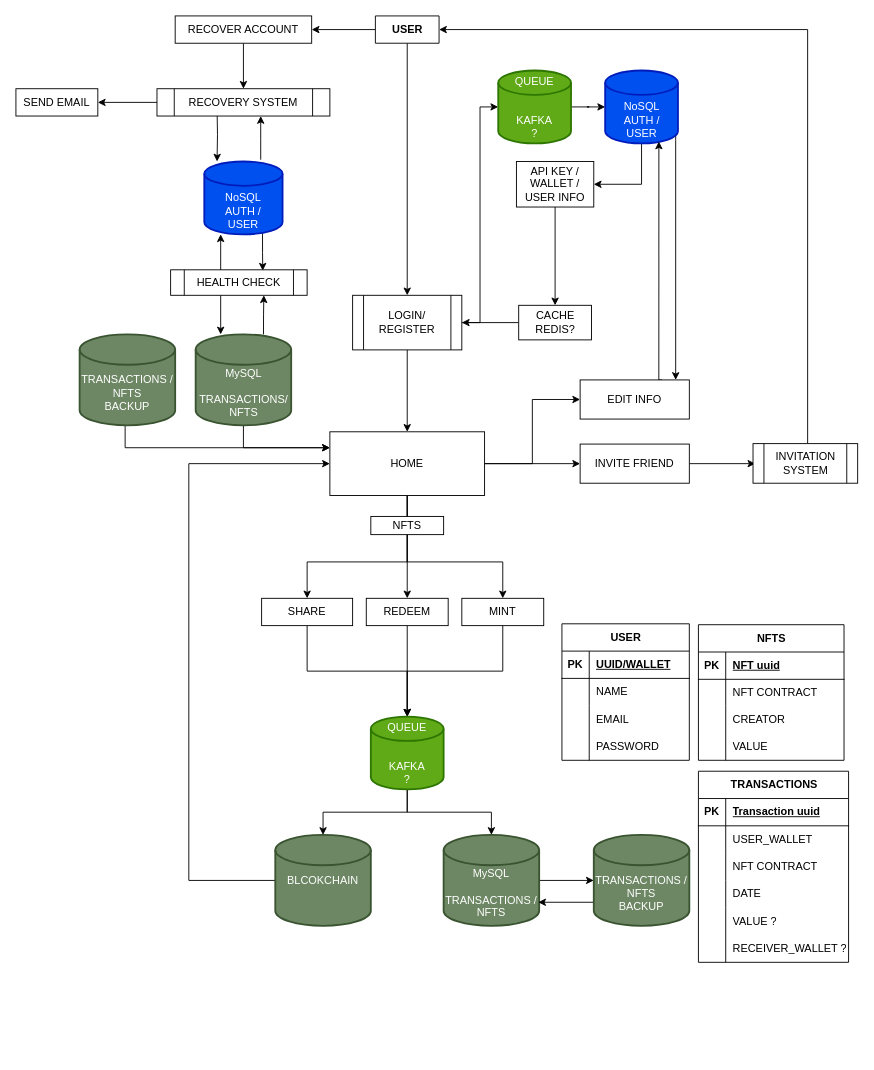
The draw.io diagram Diagrama sem nome.drawio in LucasR29/pegae, before the edit. Source tidied: cells renumbered, new cells numbered last; positions are measured from the earlier drawing's top-left corner, leaving out a move shared by most shapes. Both pictures are drawn from the tidied source at 91%, with x=0, y=0 at pixel (15, 15).
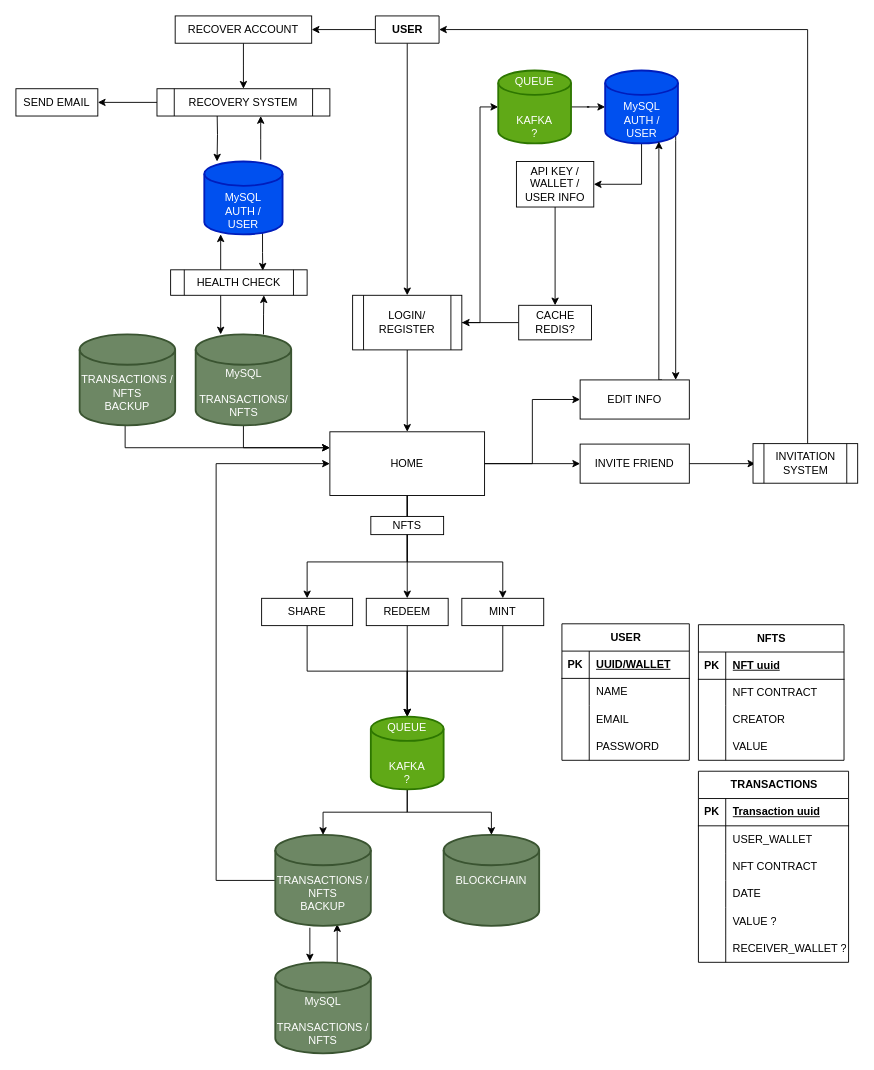
The same diagram, later.

Unchanged cells that the change refers to:
```xml
<mxCell id="16" value="HOME" style="rounded=0;whiteSpace=wrap;html=1;" parent="1" vertex="1">
  <mxGeometry x="345" y="457" width="170" height="70" as="geometry" />
</mxCell>
<mxCell id="32" value="QUEUE&lt;br&gt;&lt;br&gt;&lt;br&gt;KAFKA&lt;br&gt;?" style="strokeWidth=2;html=1;shape=mxgraph.flowchart.database;whiteSpace=wrap;fillColor=#60a917;fontColor=#ffffff;strokeColor=#2D7600;" parent="1" vertex="1">
  <mxGeometry x="390" y="770" width="80" height="80" as="geometry" />
</mxCell>
```

Change to the diagram source:
```diff
@@
-    <mxCell id="4" value="&lt;br&gt;&lt;br&gt;NoSQL&lt;br&gt;AUTH /&lt;br&gt;USER" style="strokeWidth=2;html=1;shape=mxgraph.flowchart.database;whiteSpace=wrap;fillColor=#0050ef;strokeColor=#001DBC;fontColor=#ffffff;" parent="1" vertex="1">
+    <mxCell id="4" value="&lt;br&gt;&lt;br&gt;MySQL&lt;br&gt;AUTH /&lt;br&gt;USER" style="strokeWidth=2;html=1;shape=mxgraph.flowchart.database;whiteSpace=wrap;fillColor=#0050ef;strokeColor=#001DBC;fontColor=#ffffff;" parent="1" vertex="1">
       <mxGeometry x="647.5" y="60" width="80" height="80" as="geometry" />
     </mxCell>
@@
-    <mxCell id="25" value="&lt;br&gt;&lt;br&gt;NoSQL&lt;br&gt;AUTH /&lt;br&gt;USER" style="strokeWidth=2;html=1;shape=mxgraph.flowchart.database;whiteSpace=wrap;fillColor=#0050ef;strokeColor=#001DBC;fontColor=#ffffff;" parent="1" vertex="1">
+    <mxCell id="25" value="&lt;br&gt;&lt;br&gt;MySQL&lt;br&gt;AUTH /&lt;br&gt;USER" style="strokeWidth=2;html=1;shape=mxgraph.flowchart.database;whiteSpace=wrap;fillColor=#0050ef;strokeColor=#001DBC;fontColor=#ffffff;" parent="1" vertex="1">
       <mxGeometry x="207" y="160" width="86" height="80" as="geometry" />
     </mxCell>
@@
-    <mxCell id="28" style="edgeStyle=orthogonalEdgeStyle;rounded=0;jettySize=auto;html=1;entryX=0;entryY=0.5;entryDx=0;entryDy=0;" parent="1" edge="1" source="29" target="16">
-      <mxGeometry relative="1" as="geometry">
-        <Array as="points">
-          <mxPoint x="190" y="950" />
-          <mxPoint x="190" y="492" />
-        </Array>
-      </mxGeometry>
-    </mxCell>
-    <mxCell id="29" value="BLCOKCHAIN" style="strokeWidth=2;html=1;shape=mxgraph.flowchart.database;whiteSpace=wrap;fillColor=#6d8764;strokeColor=#3A5431;fontColor=#ffffff;" parent="1" vertex="1">
-      <mxGeometry x="285" y="900" width="105" height="100" as="geometry" />
-    </mxCell>
@@
-    <mxCell id="31" style="edgeStyle=orthogonalEdgeStyle;rounded=0;jettySize=auto;html=1;entryX=0.5;entryY=0;entryDx=0;entryDy=0;entryPerimeter=0;" parent="1" edge="1" source="32" target="29">
+    <mxCell id="31" style="edgeStyle=orthogonalEdgeStyle;rounded=0;jettySize=auto;html=1;entryX=0.5;entryY=0;entryDx=0;entryDy=0;entryPerimeter=0;" parent="1" edge="1" source="32" target="91">
       <mxGeometry relative="1" as="geometry" />
     </mxCell>
@@
-    <mxCell id="33" style="edgeStyle=orthogonalEdgeStyle;rounded=0;jettySize=auto;html=1;entryX=0;entryY=0.5;entryDx=0;entryDy=0;entryPerimeter=0;" parent="1" edge="1" source="34" target="91">
-      <mxGeometry relative="1" as="geometry" />
-    </mxCell>
-    <mxCell id="34" value="&lt;br&gt;&lt;br&gt;MySQL&lt;br&gt;&lt;br&gt;TRANSACTIONS /&lt;br&gt;NFTS" style="strokeWidth=2;html=1;shape=mxgraph.flowchart.database;whiteSpace=wrap;fillColor=#6d8764;strokeColor=#3A5431;fontColor=#ffffff;" parent="1" vertex="1">
+    <mxCell id="34" value="BLOCKCHAIN" style="strokeWidth=2;html=1;shape=mxgraph.flowchart.database;whiteSpace=wrap;fillColor=#6d8764;strokeColor=#3A5431;fontColor=#ffffff;" parent="1" vertex="1">
       <mxGeometry x="470" y="900" width="105" height="100" as="geometry" />
     </mxCell>
@@
-    <mxCell id="90" style="edgeStyle=orthogonalEdgeStyle;rounded=0;jettySize=auto;html=1;entryX=0.99;entryY=0.74;entryDx=0;entryDy=0;entryPerimeter=0;exitX=0.01;exitY=0.74;exitDx=0;exitDy=0;exitPerimeter=0;" parent="1" edge="1" source="91" target="34">
-      <mxGeometry relative="1" as="geometry" />
-    </mxCell>
-    <mxCell id="91" value="&lt;br&gt;&lt;br&gt;TRANSACTIONS /&lt;br&gt;NFTS&lt;br&gt;BACKUP" style="strokeWidth=2;html=1;shape=mxgraph.flowchart.database;whiteSpace=wrap;fillColor=#6d8764;strokeColor=#3A5431;fontColor=#ffffff;" parent="1" vertex="1">
-      <mxGeometry x="635" y="900" width="105" height="100" as="geometry" />
-    </mxCell>
@@
+    <mxCell id="107" style="edgeStyle=orthogonalEdgeStyle;rounded=0;jettySize=auto;html=1;entryX=0.648;entryY=0.98;entryDx=0;entryDy=0;entryPerimeter=0;exitX=0.648;exitY=0.01;exitDx=0;exitDy=0;exitPerimeter=0;" parent="1" edge="1" source="108" target="91">
+      <mxGeometry relative="1" as="geometry" />
+    </mxCell>
+    <mxCell id="108" value="&lt;br&gt;&lt;br&gt;MySQL&lt;br&gt;&lt;br&gt;TRANSACTIONS /&lt;br&gt;NFTS" style="strokeWidth=2;html=1;shape=mxgraph.flowchart.database;whiteSpace=wrap;fillColor=#6d8764;strokeColor=#3A5431;fontColor=#ffffff;" parent="1" vertex="1">
+      <mxGeometry x="285" y="1040" width="105" height="100" as="geometry" />
+    </mxCell>
+    <mxCell id="109" style="edgeStyle=orthogonalEdgeStyle;rounded=0;jettySize=auto;html=1;entryX=0.362;entryY=-0.01;entryDx=0;entryDy=0;entryPerimeter=0;exitX=0.362;exitY=1.02;exitDx=0;exitDy=0;exitPerimeter=0;" parent="1" edge="1" source="91" target="108">
+      <mxGeometry relative="1" as="geometry" />
+    </mxCell>
+    <mxCell id="110" style="edgeStyle=orthogonalEdgeStyle;rounded=0;jettySize=auto;html=1;entryX=0;entryY=0.5;entryDx=0;entryDy=0;" parent="1" edge="1" source="91" target="16">
+      <mxGeometry relative="1" as="geometry">
+        <Array as="points">
+          <mxPoint x="220" y="950" />
+          <mxPoint x="220" y="492" />
+        </Array>
+      </mxGeometry>
+    </mxCell>
+    <mxCell id="91" value="&lt;br&gt;&lt;br&gt;TRANSACTIONS /&lt;br&gt;NFTS&lt;br&gt;BACKUP" style="strokeWidth=2;html=1;shape=mxgraph.flowchart.database;whiteSpace=wrap;fillColor=#6d8764;strokeColor=#3A5431;fontColor=#ffffff;" parent="1" vertex="1">
+      <mxGeometry x="285" y="900" width="105" height="100" as="geometry" />
+    </mxCell>
```
